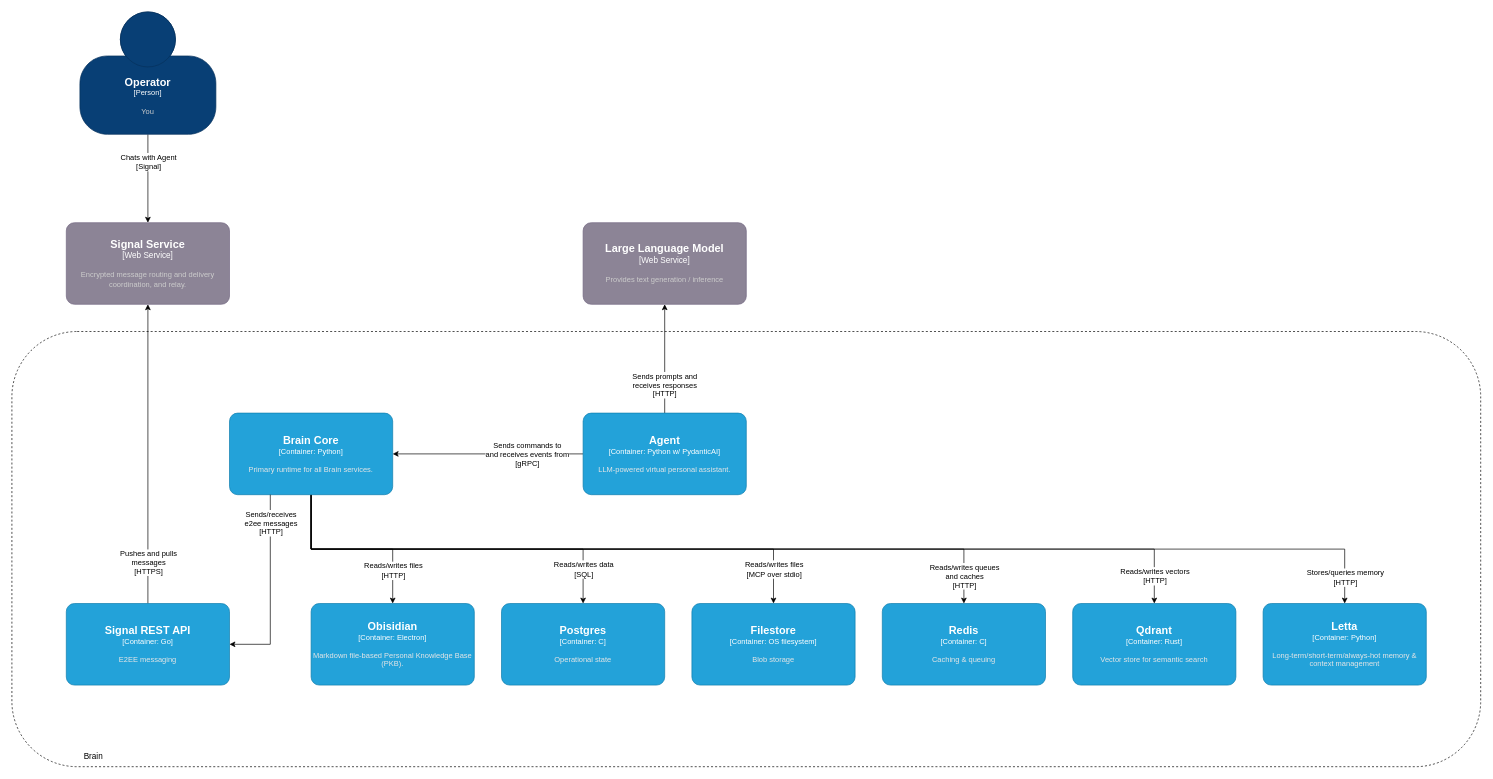
cmtonkinson/brain keeps this draw.io diagram as page "c4-container" (2 of 4) of img/diagrams.drawio. Above is the earlier version. Source tidied: cells renumbered, new cells numbered last; positions are measured from the earlier drawing's top-left corner, leaving out a move shared by most shapes. Both pictures are drawn from the tidied source at 68%, with x=0, y=0 at pixel (12, 12).
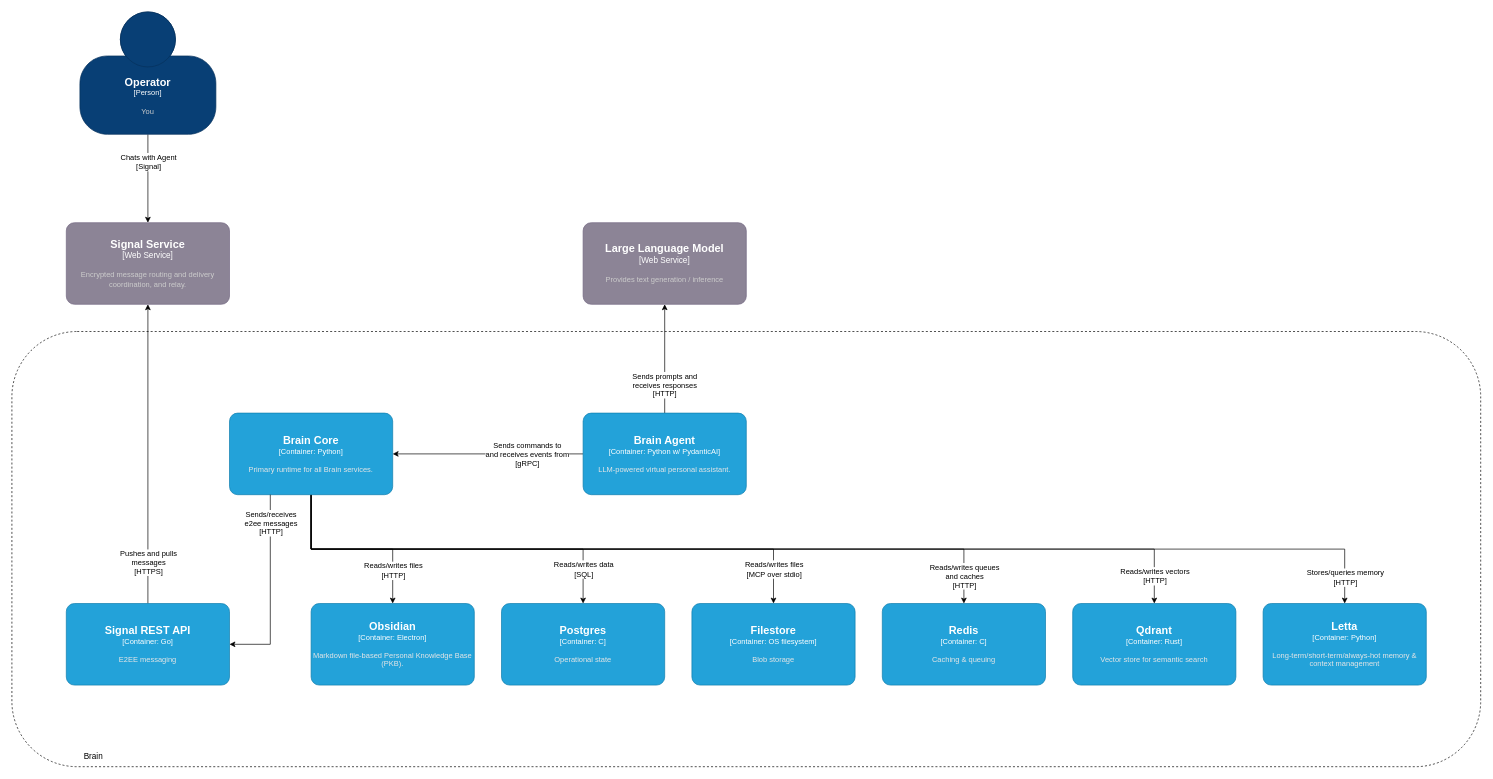
After the change.

The edit, as a diff of the source:
```diff
@@
-    <object id="12" label="&lt;font style=&quot;font-size: 16px&quot;&gt;&lt;b&gt;%c4Name%&lt;/b&gt;&lt;/font&gt;&lt;div&gt;[%c4Type%: %c4Technology%]&lt;/div&gt;&lt;br&gt;&lt;div&gt;&lt;font style=&quot;font-size: 11px&quot;&gt;&lt;font color=&quot;#E6E6E6&quot;&gt;%c4Description%&lt;/font&gt;&lt;/div&gt;" c4Description="LLM-powered virtual personal assistant." c4Name="Agent" c4Technology="Python w/ PydanticAI" c4Type="Container" placeholders="1">
+    <object id="12" label="&lt;font style=&quot;font-size: 16px&quot;&gt;&lt;b&gt;%c4Name%&lt;/b&gt;&lt;/font&gt;&lt;div&gt;[%c4Type%: %c4Technology%]&lt;/div&gt;&lt;br&gt;&lt;div&gt;&lt;font style=&quot;font-size: 11px&quot;&gt;&lt;font color=&quot;#E6E6E6&quot;&gt;%c4Description%&lt;/font&gt;&lt;/div&gt;" c4Description="LLM-powered virtual personal assistant." c4Name="Brain Agent" c4Technology="Python w/ PydanticAI" c4Type="Container" placeholders="1">
       <mxCell style="rounded=1;whiteSpace=wrap;html=1;fontSize=11;labelBackgroundColor=none;fillColor=#23A2D9;fontColor=#ffffff;align=center;arcSize=10;strokeColor=#0E7DAD;points=[[0.25,0,0],[0.5,0,0],[0.75,0,0],[1,0.25,0],[1,0.5,0],[1,0.75,0],[0.75,1,0],[0.5,1,0],[0.25,1,0],[0,0.75,0],[0,0.5,0],[0,0.25,0]];" parent="1" vertex="1">
         <mxGeometry x="840" y="590" width="240" height="120" as="geometry" />
       </mxCell>
     </object>
@@
-    <object id="26" label="&lt;font style=&quot;font-size: 16px&quot;&gt;&lt;b&gt;%c4Name%&lt;/b&gt;&lt;/font&gt;&lt;div&gt;[%c4Type%: %c4Technology%]&lt;/div&gt;&lt;br&gt;&lt;div&gt;&lt;font style=&quot;font-size: 11px&quot;&gt;&lt;font color=&quot;#E6E6E6&quot;&gt;%c4Description%&lt;/font&gt;&lt;/div&gt;" c4Description="Markdown file-based Personal Knowledge Base (PKB)." c4Name="Obisidian" c4Technology="Electron" c4Type="Container" placeholders="1">
+    <object id="26" label="&lt;font style=&quot;font-size: 16px&quot;&gt;&lt;b&gt;%c4Name%&lt;/b&gt;&lt;/font&gt;&lt;div&gt;[%c4Type%: %c4Technology%]&lt;/div&gt;&lt;br&gt;&lt;div&gt;&lt;font style=&quot;font-size: 11px&quot;&gt;&lt;font color=&quot;#E6E6E6&quot;&gt;%c4Description%&lt;/font&gt;&lt;/div&gt;" c4Description="Markdown file-based Personal Knowledge Base (PKB)." c4Name="Obsidian" c4Technology="Electron" c4Type="Container" placeholders="1">
       <mxCell style="rounded=1;whiteSpace=wrap;html=1;fontSize=11;labelBackgroundColor=none;fillColor=#23A2D9;fontColor=#ffffff;align=center;arcSize=10;strokeColor=#0E7DAD;points=[[0.25,0,0],[0.5,0,0],[0.75,0,0],[1,0.25,0],[1,0.5,0],[1,0.75,0],[0.75,1,0],[0.5,1,0],[0.25,1,0],[0,0.75,0],[0,0.5,0],[0,0.25,0]];" parent="1" vertex="1">
         <mxGeometry x="440" y="870" width="240" height="120" as="geometry" />
       </mxCell>
     </object>
```
